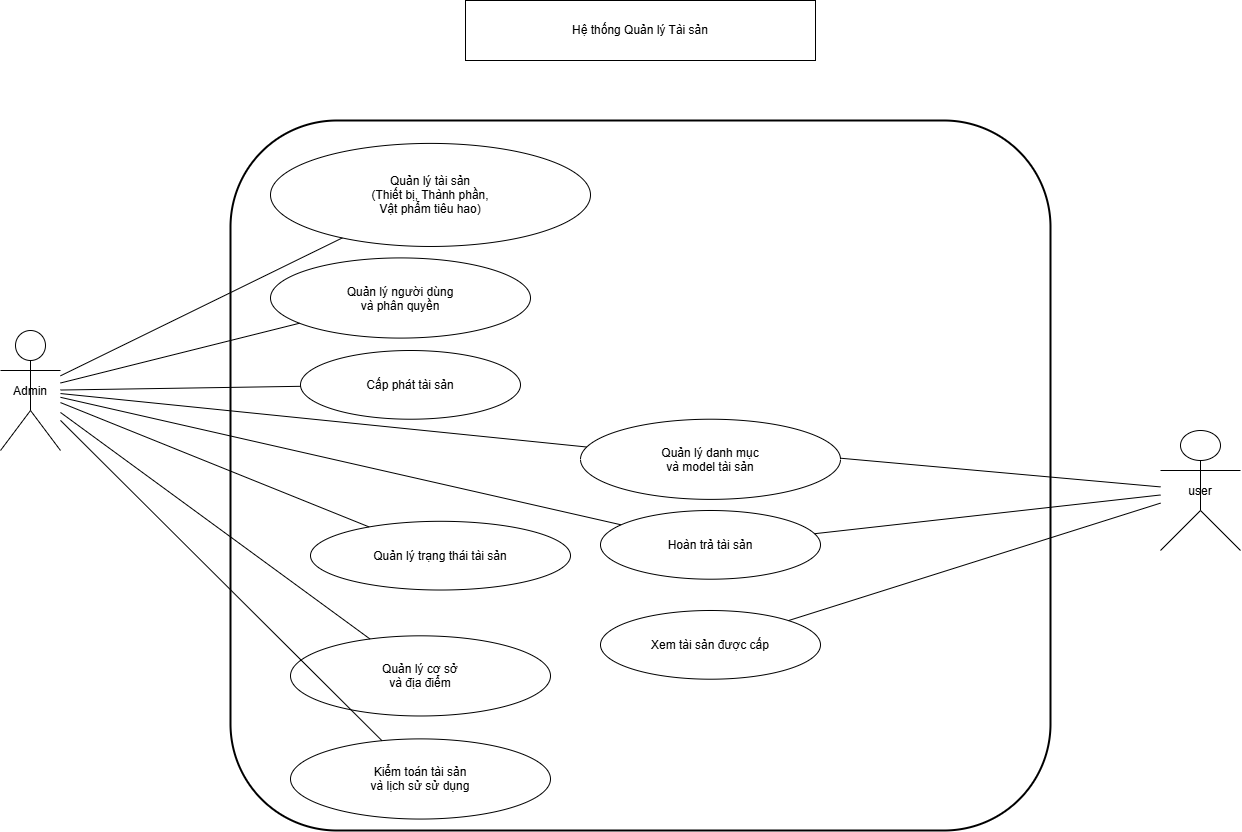
Above: latex/Hinhve/usecase_tong_quat.png in ntuan7059/do_an_tot_nghiep (draw.io), before the change. Source tidied: cells renumbered, new cells last; positions are measured from the earlier drawing's top-left corner, leaving out a move shared by most shapes. Source of this version:
```xml
<mxGraphModel>
  <root>
    <mxCell id="0" />
    <mxCell id="1" parent="0" />
    <mxCell id="2" value="&lt;span style=&quot;text-wrap-mode: nowrap;&quot;&gt;Hệ thống Quản lý Tài sản&lt;/span&gt;" style="rounded=0;whiteSpace=wrap;html=1;" parent="1" vertex="1">
      <mxGeometry x="465" width="350" height="60" as="geometry" />
    </mxCell>
    <mxCell id="3" value="Admin" style="shape=umlActor;" parent="1" vertex="1">
      <mxGeometry y="330" width="60" height="120" as="geometry" />
    </mxCell>
    <mxCell id="4" value="user" style="shape=umlActor;" parent="1" vertex="1">
      <mxGeometry x="1160" y="430" width="80" height="120" as="geometry" />
    </mxCell>
    <mxCell id="5" style="rounded=1;strokeWidth=2;" parent="1" vertex="1">
      <mxGeometry x="230" y="120" width="820" height="710" as="geometry" />
    </mxCell>
    <mxCell id="6" value="Quản lý tài sản&#10;(Thiết bị, Thành phần,&#10;Vật phẩm tiêu hao)" style="ellipse;" parent="5" vertex="1">
      <mxGeometry x="40" y="22.9" width="320" height="103.1" as="geometry" />
    </mxCell>
    <mxCell id="7" value="Cấp phát tài sản" style="ellipse;" parent="5" vertex="1">
      <mxGeometry x="70" y="230" width="220" height="68.7" as="geometry" />
    </mxCell>
    <mxCell id="8" value="Hoàn trả tài sản" style="ellipse;" parent="5" vertex="1">
      <mxGeometry x="370" y="390" width="220" height="68.7" as="geometry" />
    </mxCell>
    <mxCell id="9" value="Quản lý người dùng&#10;và phân quyền" style="ellipse;" parent="5" vertex="1">
      <mxGeometry x="40" y="137.4" width="260" height="80.2" as="geometry" />
    </mxCell>
    <mxCell id="10" value="Quản lý danh mục&#10;và model tài sản" style="ellipse;" parent="5" vertex="1">
      <mxGeometry x="350" y="298.7" width="260" height="80.2" as="geometry" />
    </mxCell>
    <mxCell id="11" value="Quản lý trạng thái tài sản" style="ellipse;" parent="5" vertex="1">
      <mxGeometry x="80" y="400.8" width="260" height="68.7" as="geometry" />
    </mxCell>
    <mxCell id="12" value="Quản lý cơ sở&#10;và địa điểm" style="ellipse;" parent="5" vertex="1">
      <mxGeometry x="60" y="515.3" width="260" height="80.2" as="geometry" />
    </mxCell>
    <mxCell id="13" value="Kiểm toán tài sản&#10;và lịch sử sử dụng" style="ellipse;" parent="5" vertex="1">
      <mxGeometry x="60" y="618.4" width="260" height="80.2" as="geometry" />
    </mxCell>
    <mxCell id="14" value="Xem tài sản được cấp" style="ellipse;" parent="5" vertex="1">
      <mxGeometry x="370" y="490" width="220" height="68.7" as="geometry" />
    </mxCell>
    <mxCell id="15" style="endArrow=none;" parent="5" edge="1" source="4">
      <mxGeometry relative="1" as="geometry">
        <mxPoint x="610" y="337.7" as="targetPoint" />
      </mxGeometry>
    </mxCell>
    <mxCell id="16" style="endArrow=none;" parent="1" edge="1" source="3" target="6">
      <mxGeometry relative="1" as="geometry" />
    </mxCell>
    <mxCell id="17" style="endArrow=none;" parent="1" edge="1" source="3" target="7">
      <mxGeometry relative="1" as="geometry" />
    </mxCell>
    <mxCell id="18" style="endArrow=none;" parent="1" edge="1" source="3" target="8">
      <mxGeometry relative="1" as="geometry" />
    </mxCell>
    <mxCell id="19" style="endArrow=none;" parent="1" edge="1" source="3" target="9">
      <mxGeometry relative="1" as="geometry" />
    </mxCell>
    <mxCell id="20" style="endArrow=none;" parent="1" edge="1" source="3" target="10">
      <mxGeometry relative="1" as="geometry" />
    </mxCell>
    <mxCell id="21" style="endArrow=none;" parent="1" edge="1" source="3" target="11">
      <mxGeometry relative="1" as="geometry" />
    </mxCell>
    <mxCell id="22" style="endArrow=none;" parent="1" edge="1" source="3" target="12">
      <mxGeometry relative="1" as="geometry" />
    </mxCell>
    <mxCell id="23" style="endArrow=none;" parent="1" edge="1" source="3" target="13">
      <mxGeometry relative="1" as="geometry" />
    </mxCell>
    <mxCell id="24" style="endArrow=none;" parent="1" edge="1" source="4" target="8">
      <mxGeometry relative="1" as="geometry" />
    </mxCell>
    <mxCell id="25" style="endArrow=none;" parent="1" edge="1" source="4" target="14">
      <mxGeometry relative="1" as="geometry" />
    </mxCell>
  </root>
</mxGraphModel>
```
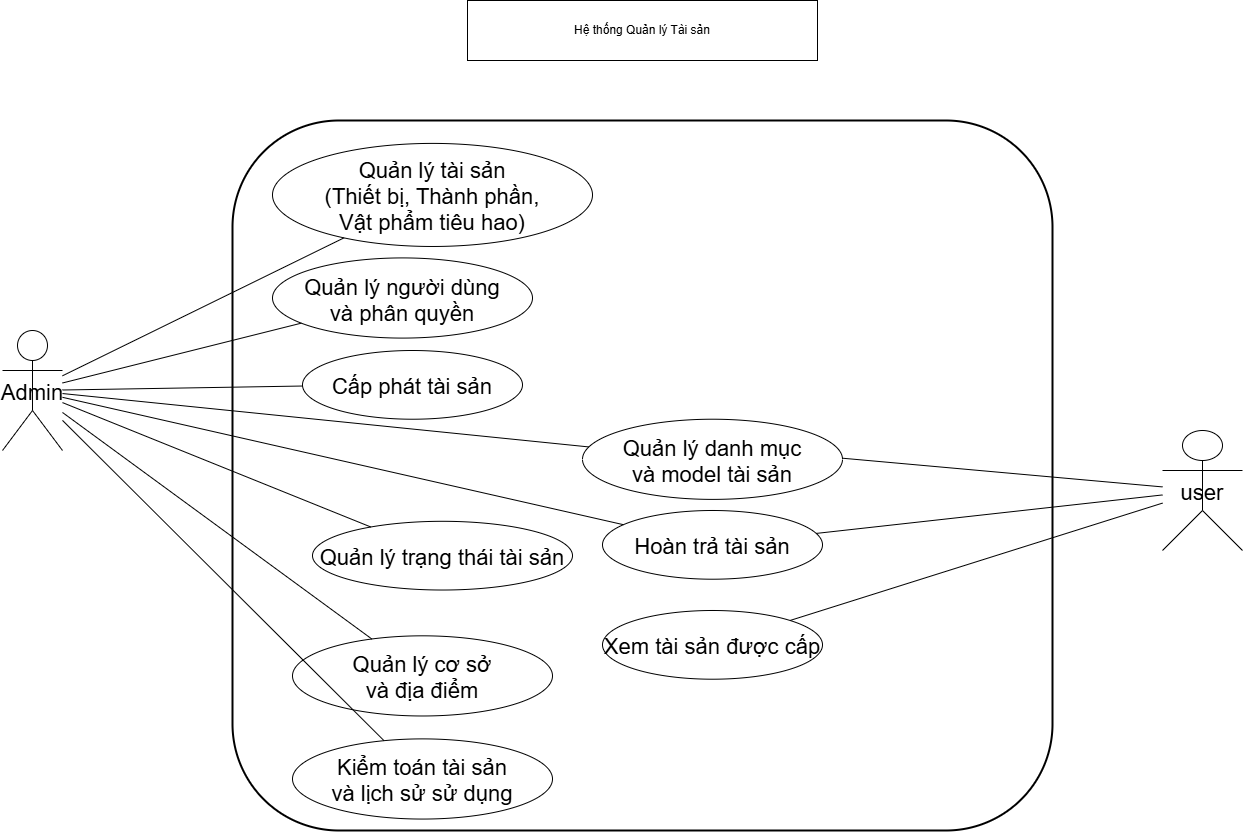
The same diagram one commit later.

Change to the diagram source:
```diff
@@ -5,75 +5,75 @@
     <mxCell id="2" value="&lt;span style=&quot;text-wrap-mode: nowrap;&quot;&gt;Hệ thống Quản lý Tài sản&lt;/span&gt;" style="rounded=0;whiteSpace=wrap;html=1;" parent="1" vertex="1">
       <mxGeometry x="465" width="350" height="60" as="geometry" />
     </mxCell>
-    <mxCell id="3" value="Admin" style="shape=umlActor;" parent="1" vertex="1">
+    <mxCell id="3" value="Admin" style="shape=umlActor;fontSize=22;" parent="1" vertex="1">
       <mxGeometry y="330" width="60" height="120" as="geometry" />
     </mxCell>
-    <mxCell id="4" value="user" style="shape=umlActor;" parent="1" vertex="1">
+    <mxCell id="4" value="user" style="shape=umlActor;fontSize=22;" parent="1" vertex="1">
       <mxGeometry x="1160" y="430" width="80" height="120" as="geometry" />
     </mxCell>
-    <mxCell id="5" style="rounded=1;strokeWidth=2;" parent="1" vertex="1">
+    <mxCell id="5" style="rounded=1;strokeWidth=2;fontSize=22;" parent="1" vertex="1">
       <mxGeometry x="230" y="120" width="820" height="710" as="geometry" />
     </mxCell>
-    <mxCell id="6" value="Quản lý tài sản&#10;(Thiết bị, Thành phần,&#10;Vật phẩm tiêu hao)" style="ellipse;" parent="5" vertex="1">
+    <mxCell id="6" value="Quản lý tài sản&#10;(Thiết bị, Thành phần,&#10;Vật phẩm tiêu hao)" style="ellipse;fontSize=22;" parent="5" vertex="1">
       <mxGeometry x="40" y="22.9" width="320" height="103.1" as="geometry" />
     </mxCell>
-    <mxCell id="7" value="Cấp phát tài sản" style="ellipse;" parent="5" vertex="1">
+    <mxCell id="7" value="Cấp phát tài sản" style="ellipse;fontSize=22;" parent="5" vertex="1">
       <mxGeometry x="70" y="230" width="220" height="68.7" as="geometry" />
     </mxCell>
-    <mxCell id="8" value="Hoàn trả tài sản" style="ellipse;" parent="5" vertex="1">
+    <mxCell id="8" value="Hoàn trả tài sản" style="ellipse;fontSize=22;" parent="5" vertex="1">
       <mxGeometry x="370" y="390" width="220" height="68.7" as="geometry" />
     </mxCell>
-    <mxCell id="9" value="Quản lý người dùng&#10;và phân quyền" style="ellipse;" parent="5" vertex="1">
+    <mxCell id="9" value="Quản lý người dùng&#10;và phân quyền" style="ellipse;fontSize=22;" parent="5" vertex="1">
       <mxGeometry x="40" y="137.4" width="260" height="80.2" as="geometry" />
     </mxCell>
-    <mxCell id="10" value="Quản lý danh mục&#10;và model tài sản" style="ellipse;" parent="5" vertex="1">
+    <mxCell id="10" value="Quản lý danh mục&#10;và model tài sản" style="ellipse;fontSize=22;" parent="5" vertex="1">
       <mxGeometry x="350" y="298.7" width="260" height="80.2" as="geometry" />
     </mxCell>
-    <mxCell id="11" value="Quản lý trạng thái tài sản" style="ellipse;" parent="5" vertex="1">
+    <mxCell id="11" value="Quản lý trạng thái tài sản" style="ellipse;fontSize=22;" parent="5" vertex="1">
       <mxGeometry x="80" y="400.8" width="260" height="68.7" as="geometry" />
     </mxCell>
-    <mxCell id="12" value="Quản lý cơ sở&#10;và địa điểm" style="ellipse;" parent="5" vertex="1">
+    <mxCell id="12" value="Quản lý cơ sở&#10;và địa điểm" style="ellipse;fontSize=22;" parent="5" vertex="1">
       <mxGeometry x="60" y="515.3" width="260" height="80.2" as="geometry" />
     </mxCell>
-    <mxCell id="13" value="Kiểm toán tài sản&#10;và lịch sử sử dụng" style="ellipse;" parent="5" vertex="1">
+    <mxCell id="13" value="Kiểm toán tài sản&#10;và lịch sử sử dụng" style="ellipse;fontSize=22;" parent="5" vertex="1">
       <mxGeometry x="60" y="618.4" width="260" height="80.2" as="geometry" />
     </mxCell>
-    <mxCell id="14" value="Xem tài sản được cấp" style="ellipse;" parent="5" vertex="1">
+    <mxCell id="14" value="Xem tài sản được cấp" style="ellipse;fontSize=22;" parent="5" vertex="1">
       <mxGeometry x="370" y="490" width="220" height="68.7" as="geometry" />
     </mxCell>
-    <mxCell id="15" style="endArrow=none;" parent="5" edge="1" source="4">
+    <mxCell id="15" style="endArrow=none;fontSize=22;" parent="5" edge="1" source="4">
       <mxGeometry relative="1" as="geometry">
         <mxPoint x="610" y="337.7" as="targetPoint" />
       </mxGeometry>
     </mxCell>
-    <mxCell id="16" style="endArrow=none;" parent="1" edge="1" source="3" target="6">
+    <mxCell id="16" style="endArrow=none;fontSize=22;" parent="1" edge="1" source="3" target="6">
       <mxGeometry relative="1" as="geometry" />
     </mxCell>
-    <mxCell id="17" style="endArrow=none;" parent="1" edge="1" source="3" target="7">
+    <mxCell id="17" style="endArrow=none;fontSize=22;" parent="1" edge="1" source="3" target="7">
       <mxGeometry relative="1" as="geometry" />
     </mxCell>
-    <mxCell id="18" style="endArrow=none;" parent="1" edge="1" source="3" target="8">
+    <mxCell id="18" style="endArrow=none;fontSize=22;" parent="1" edge="1" source="3" target="8">
       <mxGeometry relative="1" as="geometry" />
     </mxCell>
-    <mxCell id="19" style="endArrow=none;" parent="1" edge="1" source="3" target="9">
+    <mxCell id="19" style="endArrow=none;fontSize=22;" parent="1" edge="1" source="3" target="9">
       <mxGeometry relative="1" as="geometry" />
     </mxCell>
-    <mxCell id="20" style="endArrow=none;" parent="1" edge="1" source="3" target="10">
+    <mxCell id="20" style="endArrow=none;fontSize=22;" parent="1" edge="1" source="3" target="10">
       <mxGeometry relative="1" as="geometry" />
     </mxCell>
-    <mxCell id="21" style="endArrow=none;" parent="1" edge="1" source="3" target="11">
+    <mxCell id="21" style="endArrow=none;fontSize=22;" parent="1" edge="1" source="3" target="11">
       <mxGeometry relative="1" as="geometry" />
     </mxCell>
-    <mxCell id="22" style="endArrow=none;" parent="1" edge="1" source="3" target="12">
+    <mxCell id="22" style="endArrow=none;fontSize=22;" parent="1" edge="1" source="3" target="12">
       <mxGeometry relative="1" as="geometry" />
     </mxCell>
-    <mxCell id="23" style="endArrow=none;" parent="1" edge="1" source="3" target="13">
+    <mxCell id="23" style="endArrow=none;fontSize=22;" parent="1" edge="1" source="3" target="13">
       <mxGeometry relative="1" as="geometry" />
     </mxCell>
-    <mxCell id="24" style="endArrow=none;" parent="1" edge="1" source="4" target="8">
+    <mxCell id="24" style="endArrow=none;fontSize=22;" parent="1" edge="1" source="4" target="8">
       <mxGeometry relative="1" as="geometry" />
     </mxCell>
-    <mxCell id="25" style="endArrow=none;" parent="1" edge="1" source="4" target="14">
+    <mxCell id="25" style="endArrow=none;fontSize=22;" parent="1" edge="1" source="4" target="14">
       <mxGeometry relative="1" as="geometry" />
     </mxCell>
   </root>
```
